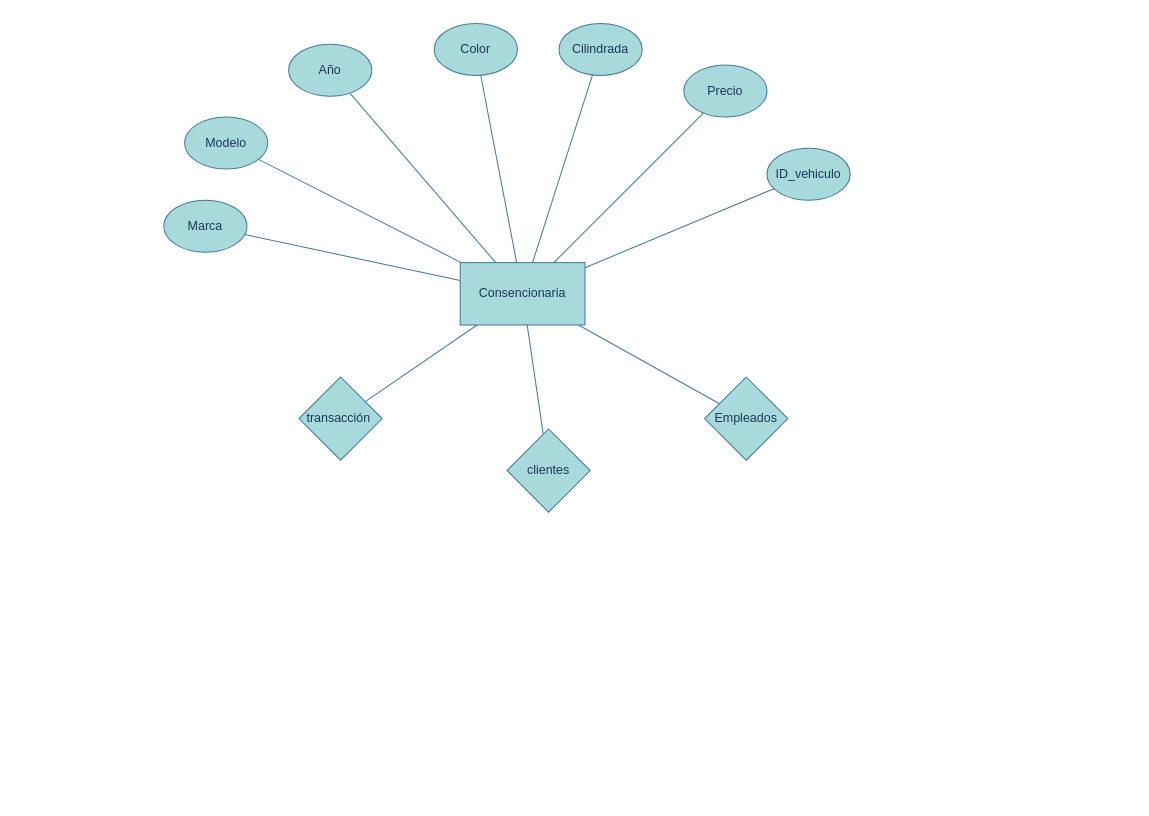
Earlier version of the draw.io diagram page "Page-1" (1 of 3) of Diagramas/consencionaria.drawio (RodolfoNV/fbd_Rodolfo_Nicolas). Source tidied: cells renumbered, new cells numbered last; positions are measured from the earlier drawing's top-left corner, leaving out a move shared by most shapes. Both pictures are drawn from the tidied source at 104%, with x=0, y=0 at pixel (163, 23).
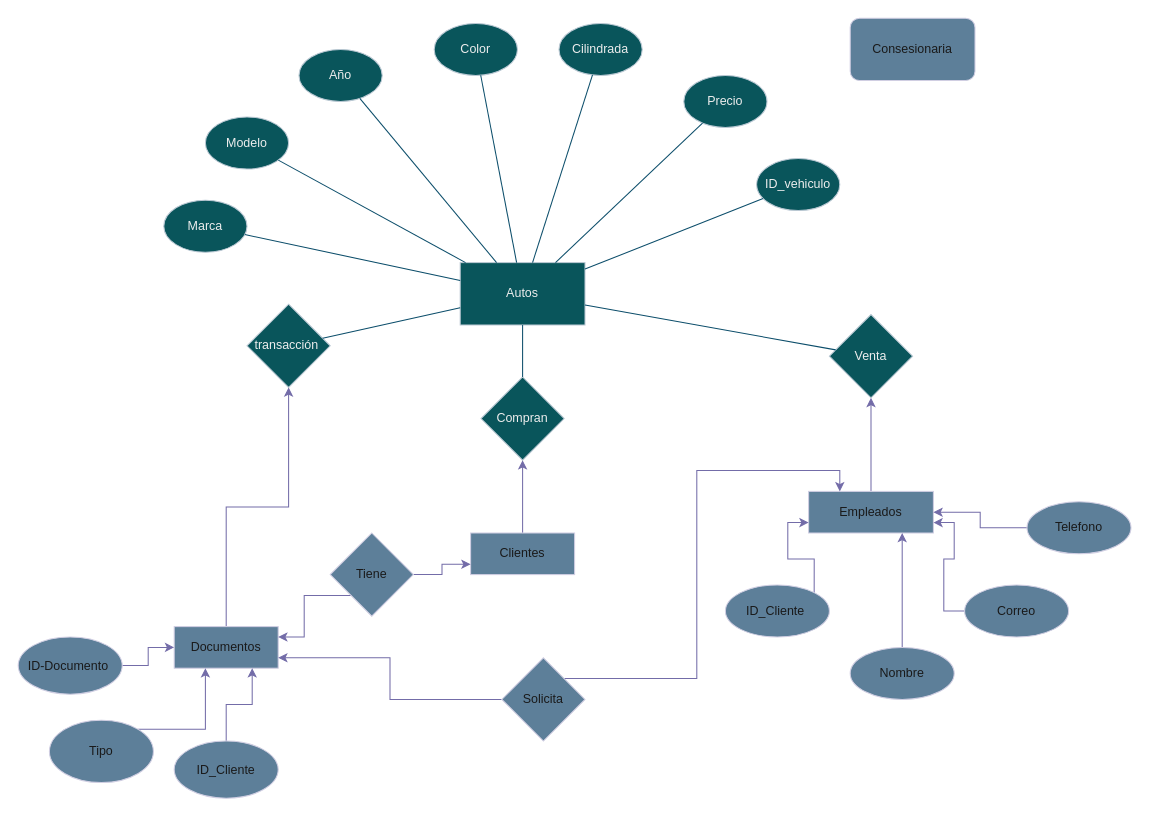
The same diagram, later.

Change to the diagram source:
```diff
@@
-    <mxCell id="2" value="Consencionaria&lt;br&gt;" style="rounded=0;whiteSpace=wrap;html=1;labelBackgroundColor=none;fillColor=#A8DADC;strokeColor=#457B9D;fontColor=#1D3557;" parent="1" vertex="1">
+    <mxCell id="2" value="Autos&lt;br&gt;" style="rounded=0;whiteSpace=wrap;html=1;labelBackgroundColor=none;fillColor=#09555B;strokeColor=#BAC8D3;fontColor=#EEEEEE;" parent="1" vertex="1">
       <mxGeometry x="285" y="230" width="120" height="60" as="geometry" />
     </mxCell>
-    <mxCell id="3" value="Marca&lt;br&gt;" style="ellipse;whiteSpace=wrap;html=1;labelBackgroundColor=none;fillColor=#A8DADC;strokeColor=#457B9D;fontColor=#1D3557;" parent="1" vertex="1">
+    <mxCell id="3" value="Marca&lt;br&gt;" style="ellipse;whiteSpace=wrap;html=1;labelBackgroundColor=none;fillColor=#09555B;strokeColor=#BAC8D3;fontColor=#EEEEEE;" parent="1" vertex="1">
       <mxGeometry y="170" width="80" height="50" as="geometry" />
     </mxCell>
-    <mxCell id="4" value="Modelo&lt;br&gt;" style="ellipse;whiteSpace=wrap;html=1;labelBackgroundColor=none;fillColor=#A8DADC;strokeColor=#457B9D;fontColor=#1D3557;" parent="1" vertex="1">
-      <mxGeometry x="20" y="90" width="80" height="50" as="geometry" />
+    <mxCell id="4" value="Modelo&lt;br&gt;" style="ellipse;whiteSpace=wrap;html=1;labelBackgroundColor=none;fillColor=#09555B;strokeColor=#BAC8D3;fontColor=#EEEEEE;" parent="1" vertex="1">
+      <mxGeometry x="40" y="90" width="80" height="50" as="geometry" />
     </mxCell>
-    <mxCell id="5" value="Año&lt;br&gt;" style="ellipse;whiteSpace=wrap;html=1;align=center;labelBackgroundColor=none;fillColor=#A8DADC;strokeColor=#457B9D;fontColor=#1D3557;" parent="1" vertex="1">
-      <mxGeometry x="120" y="20" width="80" height="50" as="geometry" />
+    <mxCell id="5" value="Año&lt;br&gt;" style="ellipse;whiteSpace=wrap;html=1;align=center;labelBackgroundColor=none;fillColor=#09555B;strokeColor=#BAC8D3;fontColor=#EEEEEE;" parent="1" vertex="1">
+      <mxGeometry x="130" y="25" width="80" height="50" as="geometry" />
     </mxCell>
-    <mxCell id="6" value="Color&lt;br&gt;" style="ellipse;whiteSpace=wrap;html=1;labelBackgroundColor=none;fillColor=#A8DADC;strokeColor=#457B9D;fontColor=#1D3557;" parent="1" vertex="1">
+    <mxCell id="6" value="Color&lt;br&gt;" style="ellipse;whiteSpace=wrap;html=1;labelBackgroundColor=none;fillColor=#09555B;strokeColor=#BAC8D3;fontColor=#EEEEEE;" parent="1" vertex="1">
       <mxGeometry x="260" width="80" height="50" as="geometry" />
     </mxCell>
-    <mxCell id="7" value="Cilindrada&lt;br&gt;" style="ellipse;whiteSpace=wrap;html=1;labelBackgroundColor=none;fillColor=#A8DADC;strokeColor=#457B9D;fontColor=#1D3557;" parent="1" vertex="1">
+    <mxCell id="7" value="Cilindrada&lt;br&gt;" style="ellipse;whiteSpace=wrap;html=1;labelBackgroundColor=none;fillColor=#09555B;strokeColor=#BAC8D3;fontColor=#EEEEEE;" parent="1" vertex="1">
       <mxGeometry x="380" width="80" height="50" as="geometry" />
     </mxCell>
-    <mxCell id="8" value="Precio&lt;br&gt;" style="ellipse;whiteSpace=wrap;html=1;labelBackgroundColor=none;fillColor=#A8DADC;strokeColor=#457B9D;fontColor=#1D3557;" parent="1" vertex="1">
-      <mxGeometry x="500" y="40" width="80" height="50" as="geometry" />
+    <mxCell id="8" value="Precio&lt;br&gt;" style="ellipse;whiteSpace=wrap;html=1;labelBackgroundColor=none;fillColor=#09555B;strokeColor=#BAC8D3;fontColor=#EEEEEE;" parent="1" vertex="1">
+      <mxGeometry x="500" y="50" width="80" height="50" as="geometry" />
     </mxCell>
-    <mxCell id="9" value="ID_vehiculo&lt;br&gt;" style="ellipse;whiteSpace=wrap;html=1;labelBackgroundColor=none;fillColor=#A8DADC;strokeColor=#457B9D;fontColor=#1D3557;" parent="1" vertex="1">
-      <mxGeometry x="580" y="120" width="80" height="50" as="geometry" />
+    <mxCell id="9" value="ID_vehiculo&lt;br&gt;" style="ellipse;whiteSpace=wrap;html=1;labelBackgroundColor=none;fillColor=#09555B;strokeColor=#BAC8D3;fontColor=#EEEEEE;" parent="1" vertex="1">
+      <mxGeometry x="570" y="130" width="80" height="50" as="geometry" />
     </mxCell>
-    <mxCell id="10" style="endArrow=none;html=1;rounded=0;labelBackgroundColor=none;strokeColor=#457B9D;fontColor=default;" parent="1" edge="1" source="3" target="2">
+    <mxCell id="10" style="endArrow=none;html=1;rounded=0;labelBackgroundColor=none;strokeColor=#0B4D6A;fontColor=default;" parent="1" edge="1" source="3" target="2">
       <mxGeometry relative="1" as="geometry" />
     </mxCell>
-    <mxCell id="11" style="endArrow=none;html=1;rounded=0;labelBackgroundColor=none;strokeColor=#457B9D;fontColor=default;" parent="1" edge="1" source="5" target="2">
+    <mxCell id="11" style="endArrow=none;html=1;rounded=0;labelBackgroundColor=none;strokeColor=#0B4D6A;fontColor=default;" parent="1" edge="1" source="5" target="2">
       <mxGeometry relative="1" as="geometry" />
     </mxCell>
-    <mxCell id="12" style="endArrow=none;html=1;rounded=0;labelBackgroundColor=none;strokeColor=#457B9D;fontColor=default;" parent="1" edge="1" source="7" target="2">
+    <mxCell id="12" style="endArrow=none;html=1;rounded=0;labelBackgroundColor=none;strokeColor=#0B4D6A;fontColor=default;" parent="1" edge="1" source="7" target="2">
       <mxGeometry relative="1" as="geometry" />
     </mxCell>
-    <mxCell id="13" style="endArrow=none;html=1;rounded=0;labelBackgroundColor=none;strokeColor=#457B9D;fontColor=default;" parent="1" edge="1" source="2" target="9">
+    <mxCell id="13" style="endArrow=none;html=1;rounded=0;labelBackgroundColor=none;strokeColor=#0B4D6A;fontColor=default;" parent="1" edge="1" source="2" target="9">
       <mxGeometry relative="1" as="geometry" />
     </mxCell>
-    <mxCell id="14" style="endArrow=none;html=1;rounded=0;labelBackgroundColor=none;strokeColor=#457B9D;fontColor=default;" parent="1" edge="1" source="2" target="8">
+    <mxCell id="14" style="endArrow=none;html=1;rounded=0;labelBackgroundColor=none;strokeColor=#0B4D6A;fontColor=default;" parent="1" edge="1" source="2" target="8">
       <mxGeometry relative="1" as="geometry" />
     </mxCell>
-    <mxCell id="15" style="endArrow=none;html=1;rounded=0;labelBackgroundColor=none;strokeColor=#457B9D;fontColor=default;" parent="1" edge="1" source="6" target="2">
+    <mxCell id="15" style="endArrow=none;html=1;rounded=0;labelBackgroundColor=none;strokeColor=#0B4D6A;fontColor=default;" parent="1" edge="1" source="6" target="2">
       <mxGeometry relative="1" as="geometry" />
     </mxCell>
-    <mxCell id="16" style="endArrow=none;html=1;rounded=0;labelBackgroundColor=none;strokeColor=#457B9D;fontColor=default;" parent="1" edge="1" source="4" target="2">
+    <mxCell id="16" style="endArrow=none;html=1;rounded=0;labelBackgroundColor=none;strokeColor=#0B4D6A;fontColor=default;" parent="1" edge="1" source="4" target="2">
       <mxGeometry relative="1" as="geometry" />
     </mxCell>
-    <mxCell id="17" value="transacción&amp;nbsp;" style="rhombus;whiteSpace=wrap;html=1;labelBackgroundColor=none;fillColor=#A8DADC;strokeColor=#457B9D;fontColor=#1D3557;" parent="1" vertex="1">
-      <mxGeometry x="130" y="340" width="80" height="80" as="geometry" />
+    <mxCell id="17" value="transacción&amp;nbsp;" style="rhombus;whiteSpace=wrap;html=1;labelBackgroundColor=none;fillColor=#09555B;strokeColor=#BAC8D3;fontColor=#EEEEEE;" parent="1" vertex="1">
+      <mxGeometry x="80" y="270" width="80" height="80" as="geometry" />
     </mxCell>
-    <mxCell id="18" value="clientes" style="rhombus;whiteSpace=wrap;html=1;labelBackgroundColor=none;fillColor=#A8DADC;strokeColor=#457B9D;fontColor=#1D3557;" parent="1" vertex="1">
-      <mxGeometry x="330" y="390" width="80" height="80" as="geometry" />
+    <mxCell id="18" value="Compran" style="rhombus;whiteSpace=wrap;html=1;labelBackgroundColor=none;fillColor=#09555B;strokeColor=#BAC8D3;fontColor=#EEEEEE;" parent="1" vertex="1">
+      <mxGeometry x="305" y="340" width="80" height="80" as="geometry" />
     </mxCell>
-    <mxCell id="19" value="Empleados" style="rhombus;whiteSpace=wrap;html=1;labelBackgroundColor=none;fillColor=#A8DADC;strokeColor=#457B9D;fontColor=#1D3557;" parent="1" vertex="1">
-      <mxGeometry x="520" y="340" width="80" height="80" as="geometry" />
+    <mxCell id="19" value="Venta" style="rhombus;whiteSpace=wrap;html=1;labelBackgroundColor=none;fillColor=#09555B;strokeColor=#BAC8D3;fontColor=#EEEEEE;" parent="1" vertex="1">
+      <mxGeometry x="640" y="280" width="80" height="80" as="geometry" />
     </mxCell>
-    <mxCell id="20" style="endArrow=none;html=1;rounded=0;labelBackgroundColor=none;strokeColor=#457B9D;fontColor=default;" parent="1" edge="1" source="17" target="2">
+    <mxCell id="20" style="endArrow=none;html=1;rounded=0;labelBackgroundColor=none;strokeColor=#0B4D6A;fontColor=default;" parent="1" edge="1" source="17" target="2">
       <mxGeometry relative="1" as="geometry" />
     </mxCell>
-    <mxCell id="21" style="endArrow=none;html=1;rounded=0;labelBackgroundColor=none;strokeColor=#457B9D;fontColor=default;" parent="1" edge="1" source="18" target="2">
+    <mxCell id="21" style="endArrow=none;html=1;rounded=0;labelBackgroundColor=none;strokeColor=#0B4D6A;fontColor=default;" parent="1" edge="1" source="18" target="2">
       <mxGeometry relative="1" as="geometry" />
     </mxCell>
-    <mxCell id="22" style="endArrow=none;html=1;rounded=0;labelBackgroundColor=none;strokeColor=#457B9D;fontColor=default;" parent="1" edge="1" source="19" target="2">
+    <mxCell id="22" style="endArrow=none;html=1;rounded=0;labelBackgroundColor=none;strokeColor=#0B4D6A;fontColor=default;" parent="1" edge="1" source="19" target="2">
       <mxGeometry relative="1" as="geometry" />
     </mxCell>
+    <mxCell id="23" value="Consesionaria" style="rounded=1;whiteSpace=wrap;html=1;strokeColor=#D0CEE2;fontColor=#1A1A1A;fillColor=#5D7F99;" parent="1" vertex="1">
+      <mxGeometry x="660" y="-5" width="120" height="60" as="geometry" />
+    </mxCell>
+    <mxCell id="24" style="edgeStyle=orthogonalEdgeStyle;rounded=0;jettySize=auto;html=1;exitX=0.5;exitY=0;exitDx=0;exitDy=0;strokeColor=#736CA8;fontColor=#1A1A1A;" parent="1" edge="1" source="25" target="19">
+      <mxGeometry relative="1" as="geometry" />
+    </mxCell>
+    <mxCell id="25" value="Empleados" style="rounded=0;whiteSpace=wrap;html=1;strokeColor=#D0CEE2;fontColor=#1A1A1A;fillColor=#5D7F99;" parent="1" vertex="1">
+      <mxGeometry x="620" y="450" width="120" height="40" as="geometry" />
+    </mxCell>
+    <mxCell id="26" style="edgeStyle=orthogonalEdgeStyle;rounded=0;jettySize=auto;html=1;exitX=0.5;exitY=0;exitDx=0;exitDy=0;strokeColor=#736CA8;fontColor=#1A1A1A;" parent="1" edge="1" source="27" target="18">
+      <mxGeometry relative="1" as="geometry" />
+    </mxCell>
+    <mxCell id="27" value="Clientes" style="rounded=0;whiteSpace=wrap;html=1;strokeColor=#D0CEE2;fontColor=#1A1A1A;fillColor=#5D7F99;" parent="1" vertex="1">
+      <mxGeometry x="295" y="490" width="100" height="40" as="geometry" />
+    </mxCell>
+    <mxCell id="28" style="edgeStyle=orthogonalEdgeStyle;rounded=0;jettySize=auto;html=1;exitX=0.5;exitY=0;exitDx=0;exitDy=0;entryX=0.5;entryY=1;entryDx=0;entryDy=0;strokeColor=#736CA8;fontColor=#1A1A1A;" parent="1" edge="1" source="29" target="17">
+      <mxGeometry relative="1" as="geometry" />
+    </mxCell>
+    <mxCell id="29" value="Documentos" style="rounded=0;whiteSpace=wrap;html=1;strokeColor=#D0CEE2;fontColor=#1A1A1A;fillColor=#5D7F99;" parent="1" vertex="1">
+      <mxGeometry x="10" y="580" width="100" height="40" as="geometry" />
+    </mxCell>
+    <mxCell id="30" style="edgeStyle=orthogonalEdgeStyle;rounded=0;jettySize=auto;html=1;exitX=0.5;exitY=0;exitDx=0;exitDy=0;entryX=0.75;entryY=1;entryDx=0;entryDy=0;strokeColor=#736CA8;fontColor=#1A1A1A;" parent="1" edge="1" source="31" target="25">
+      <mxGeometry relative="1" as="geometry" />
+    </mxCell>
+    <mxCell id="31" value="Nombre" style="ellipse;whiteSpace=wrap;html=1;strokeColor=#D0CEE2;fontColor=#1A1A1A;fillColor=#5D7F99;" parent="1" vertex="1">
+      <mxGeometry x="660" y="600" width="100" height="50" as="geometry" />
+    </mxCell>
+    <mxCell id="32" style="edgeStyle=orthogonalEdgeStyle;rounded=0;jettySize=auto;html=1;exitX=0;exitY=0.5;exitDx=0;exitDy=0;entryX=1;entryY=0.75;entryDx=0;entryDy=0;strokeColor=#736CA8;fontColor=#1A1A1A;" parent="1" edge="1" source="33" target="25">
+      <mxGeometry relative="1" as="geometry" />
+    </mxCell>
+    <mxCell id="33" value="Correo" style="ellipse;whiteSpace=wrap;html=1;strokeColor=#D0CEE2;fontColor=#1A1A1A;fillColor=#5D7F99;" parent="1" vertex="1">
+      <mxGeometry x="770" y="540" width="100" height="50" as="geometry" />
+    </mxCell>
+    <mxCell id="34" style="edgeStyle=orthogonalEdgeStyle;rounded=0;jettySize=auto;html=1;exitX=1;exitY=0;exitDx=0;exitDy=0;entryX=0;entryY=0.75;entryDx=0;entryDy=0;strokeColor=#736CA8;fontColor=#1A1A1A;" parent="1" edge="1" source="35" target="25">
+      <mxGeometry relative="1" as="geometry" />
+    </mxCell>
+    <mxCell id="35" value="ID_Cliente&amp;nbsp;" style="ellipse;whiteSpace=wrap;html=1;strokeColor=#D0CEE2;fontColor=#1A1A1A;fillColor=#5D7F99;" parent="1" vertex="1">
+      <mxGeometry x="540" y="540" width="100" height="50" as="geometry" />
+    </mxCell>
+    <mxCell id="36" style="edgeStyle=orthogonalEdgeStyle;rounded=0;jettySize=auto;html=1;exitX=0;exitY=0.5;exitDx=0;exitDy=0;strokeColor=#736CA8;fontColor=#1A1A1A;" parent="1" edge="1" source="37" target="25">
+      <mxGeometry relative="1" as="geometry" />
+    </mxCell>
+    <mxCell id="37" value="Telefono" style="ellipse;whiteSpace=wrap;html=1;strokeColor=#D0CEE2;fontColor=#1A1A1A;fillColor=#5D7F99;" parent="1" vertex="1">
+      <mxGeometry x="830" y="460" width="100" height="50" as="geometry" />
+    </mxCell>
+    <mxCell id="38" style="edgeStyle=orthogonalEdgeStyle;rounded=0;jettySize=auto;html=1;exitX=1;exitY=0.5;exitDx=0;exitDy=0;entryX=0;entryY=0.75;entryDx=0;entryDy=0;strokeColor=#736CA8;fontColor=#1A1A1A;" parent="1" edge="1" source="40" target="27">
+      <mxGeometry relative="1" as="geometry" />
+    </mxCell>
+    <mxCell id="39" style="edgeStyle=orthogonalEdgeStyle;rounded=0;jettySize=auto;html=1;exitX=0;exitY=1;exitDx=0;exitDy=0;entryX=1;entryY=0.25;entryDx=0;entryDy=0;strokeColor=#736CA8;fontColor=#1A1A1A;" parent="1" edge="1" source="40" target="29">
+      <mxGeometry relative="1" as="geometry" />
+    </mxCell>
+    <mxCell id="40" value="Tiene" style="rhombus;whiteSpace=wrap;html=1;strokeColor=#D0CEE2;fontColor=#1A1A1A;fillColor=#5D7F99;" parent="1" vertex="1">
+      <mxGeometry x="160" y="490" width="80" height="80" as="geometry" />
+    </mxCell>
+    <mxCell id="41" style="edgeStyle=orthogonalEdgeStyle;rounded=0;jettySize=auto;html=1;exitX=0.5;exitY=0;exitDx=0;exitDy=0;entryX=0.75;entryY=1;entryDx=0;entryDy=0;strokeColor=#736CA8;fontColor=#1A1A1A;" parent="1" edge="1" source="42" target="29">
+      <mxGeometry relative="1" as="geometry" />
+    </mxCell>
+    <mxCell id="42" value="ID_Cliente" style="ellipse;whiteSpace=wrap;html=1;strokeColor=#D0CEE2;fontColor=#1A1A1A;fillColor=#5D7F99;" parent="1" vertex="1">
+      <mxGeometry x="10" y="690" width="100" height="55" as="geometry" />
+    </mxCell>
+    <mxCell id="43" style="edgeStyle=orthogonalEdgeStyle;rounded=0;jettySize=auto;html=1;exitX=1;exitY=0;exitDx=0;exitDy=0;strokeColor=#736CA8;fontColor=#1A1A1A;" parent="1" edge="1" source="44" target="29">
+      <mxGeometry relative="1" as="geometry">
+        <Array as="points">
+          <mxPoint x="40" y="679" />
+        </Array>
+      </mxGeometry>
+    </mxCell>
+    <mxCell id="44" value="Tipo" style="ellipse;whiteSpace=wrap;html=1;strokeColor=#D0CEE2;fontColor=#1A1A1A;fillColor=#5D7F99;" parent="1" vertex="1">
+      <mxGeometry x="-110" y="670" width="100" height="60" as="geometry" />
+    </mxCell>
+    <mxCell id="45" style="edgeStyle=orthogonalEdgeStyle;rounded=0;jettySize=auto;html=1;exitX=1;exitY=0.5;exitDx=0;exitDy=0;strokeColor=#736CA8;fontColor=#1A1A1A;" parent="1" edge="1" source="46" target="29">
+      <mxGeometry relative="1" as="geometry" />
+    </mxCell>
+    <mxCell id="46" value="ID-Documento&amp;nbsp;" style="ellipse;whiteSpace=wrap;html=1;strokeColor=#D0CEE2;fontColor=#1A1A1A;fillColor=#5D7F99;" parent="1" vertex="1">
+      <mxGeometry x="-140" y="590" width="100" height="55" as="geometry" />
+    </mxCell>
+    <mxCell id="47" style="edgeStyle=orthogonalEdgeStyle;rounded=0;jettySize=auto;html=1;exitX=0;exitY=0.5;exitDx=0;exitDy=0;entryX=1;entryY=0.75;entryDx=0;entryDy=0;strokeColor=#736CA8;fontColor=#1A1A1A;" parent="1" edge="1" source="49" target="29">
+      <mxGeometry relative="1" as="geometry" />
+    </mxCell>
+    <mxCell id="48" style="edgeStyle=orthogonalEdgeStyle;rounded=0;jettySize=auto;html=1;exitX=1;exitY=0;exitDx=0;exitDy=0;entryX=0.25;entryY=0;entryDx=0;entryDy=0;strokeColor=#736CA8;fontColor=#1A1A1A;" parent="1" edge="1" source="49" target="25">
+      <mxGeometry relative="1" as="geometry" />
+    </mxCell>
+    <mxCell id="49" value="Solicita" style="rhombus;whiteSpace=wrap;html=1;strokeColor=#D0CEE2;fontColor=#1A1A1A;fillColor=#5D7F99;" parent="1" vertex="1">
+      <mxGeometry x="325" y="610" width="80" height="80" as="geometry" />
+    </mxCell>
```
